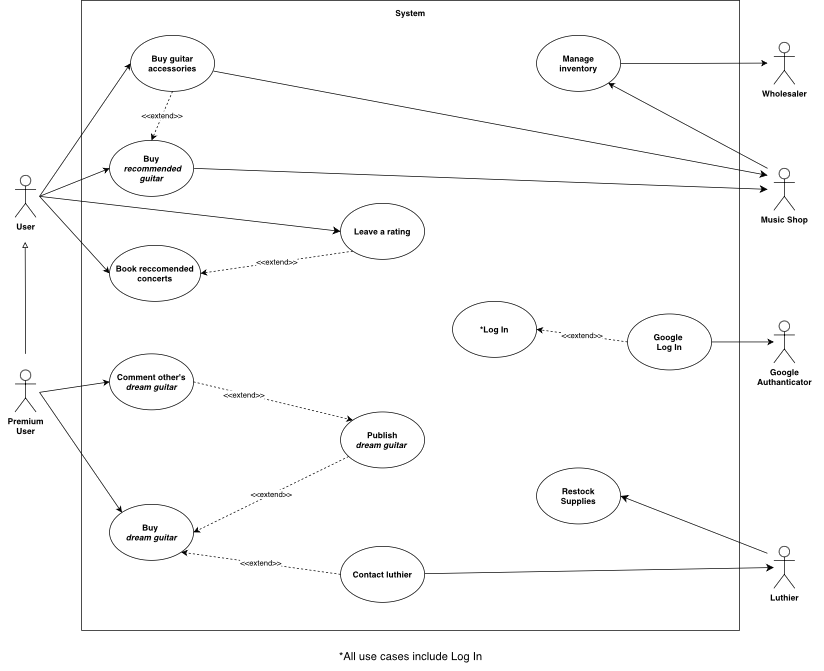
TizianoLilli/ISPW-Project keeps this draw.io diagram as diagrams/UseCaseDiagram.drawio .png. Above is the earlier version. Source tidied: cells renumbered, new cells last; positions are measured from the earlier drawing's top-left corner, leaving out a move shared by most shapes.
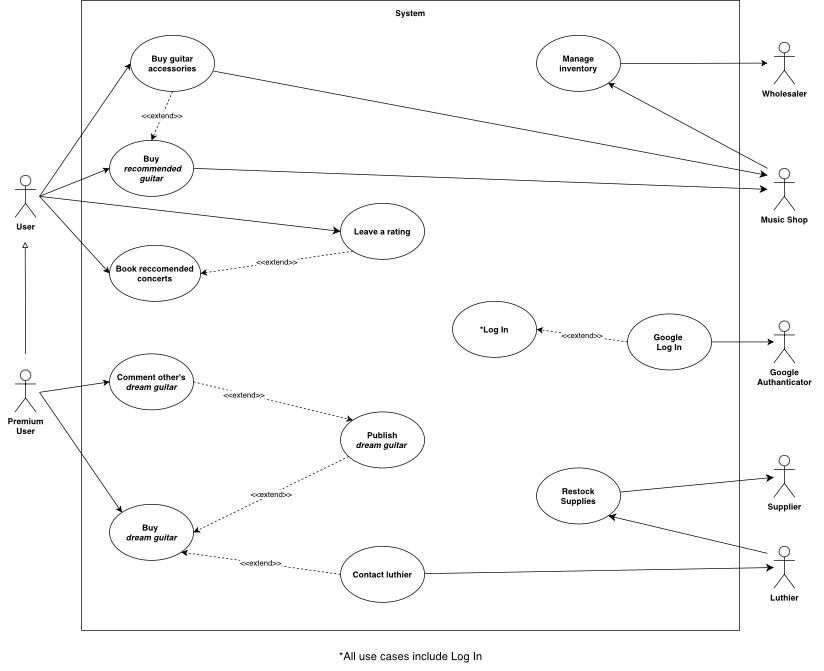
The same file after the commit.

What changed in the source:
```diff
@@ -142,13 +142,19 @@
     <mxCell id="40" value="&lt;b&gt;Wholesaler&lt;/b&gt;" style="shape=umlActor;verticalLabelPosition=bottom;verticalAlign=top;html=1;" parent="1" vertex="1">
       <mxGeometry x="1084" y="60" width="30" height="60" as="geometry" />
     </mxCell>
+    <mxCell id="43" style="edgeStyle=none;curved=1;rounded=0;jettySize=auto;html=1;fontSize=12;startSize=8;endSize=8;" parent="1" edge="1" source="41" target="44">
+      <mxGeometry relative="1" as="geometry" />
+    </mxCell>
     <mxCell id="41" value="&lt;b&gt;Restock&lt;/b&gt;&lt;div&gt;&lt;b&gt;Supplies&lt;/b&gt;&lt;/div&gt;" style="ellipse;whiteSpace=wrap;html=1;" parent="1" vertex="1">
       <mxGeometry x="745" y="668" width="120" height="80" as="geometry" />
     </mxCell>
-    <mxCell id="42" style="edgeStyle=none;curved=1;rounded=0;jettySize=auto;html=1;fontSize=12;startSize=8;endSize=8;entryX=1;entryY=0.5;entryDx=0;entryDy=0;" parent="1" edge="1" target="41">
+    <mxCell id="42" style="edgeStyle=none;curved=1;rounded=0;jettySize=auto;html=1;fontSize=12;startSize=8;endSize=8;entryX=1;entryY=1;entryDx=0;entryDy=0;" parent="1" edge="1" target="41">
       <mxGeometry relative="1" as="geometry">
         <mxPoint x="1075" y="790" as="sourcePoint" />
       </mxGeometry>
     </mxCell>
+    <mxCell id="44" value="&lt;b&gt;Supplier&lt;/b&gt;" style="shape=umlActor;verticalLabelPosition=bottom;verticalAlign=top;html=1;outlineConnect=0;" parent="1" vertex="1">
+      <mxGeometry x="1084" y="650" width="30" height="60" as="geometry" />
+    </mxCell>
   </root>
 </mxGraphModel>
```
